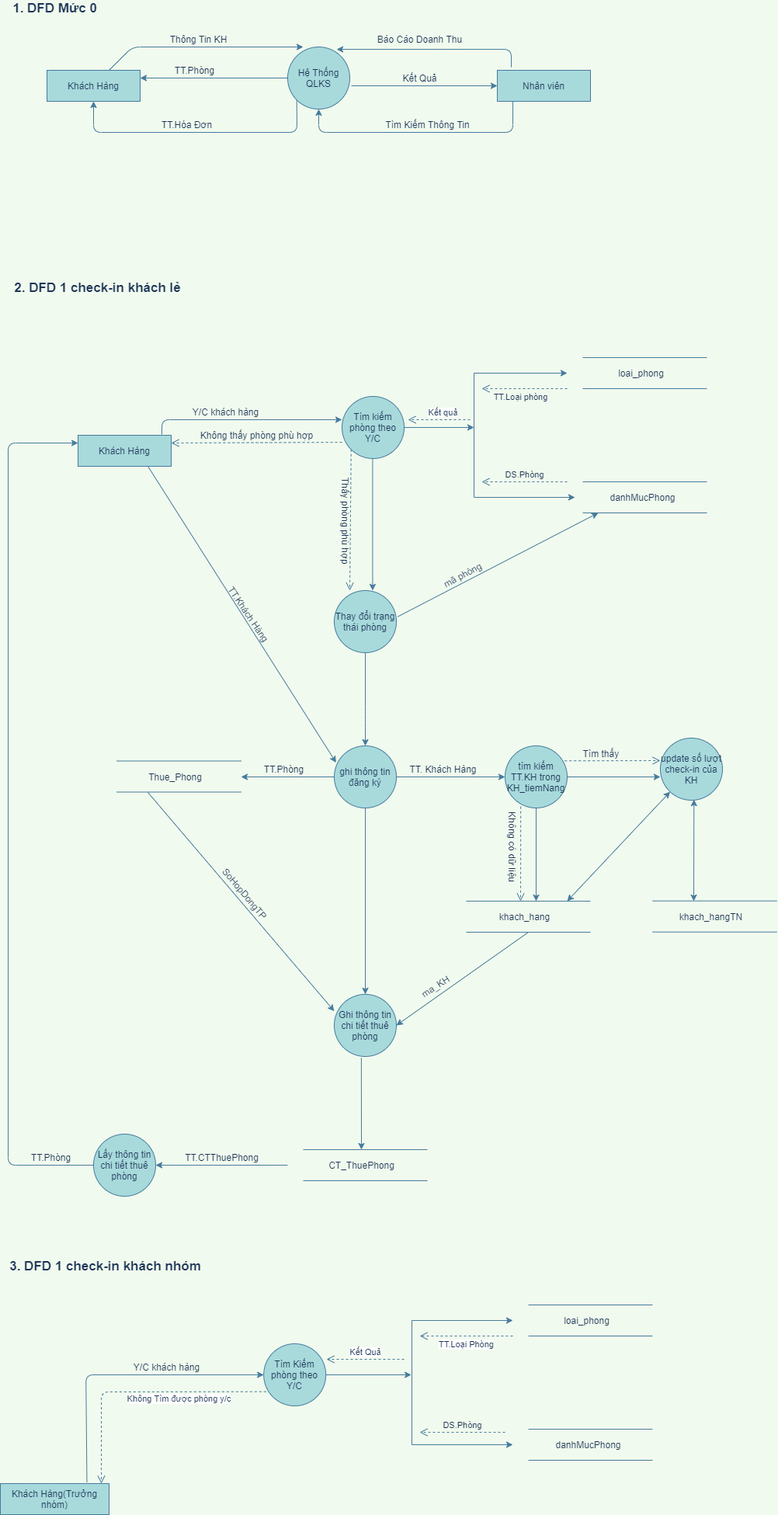
Above: DFD-hotel.png in maialino123/QLKS (draw.io), before the change. Source tidied: cells renumbered, new cells last; positions are measured from the earlier drawing's top-left corner, leaving out a move shared by most shapes.
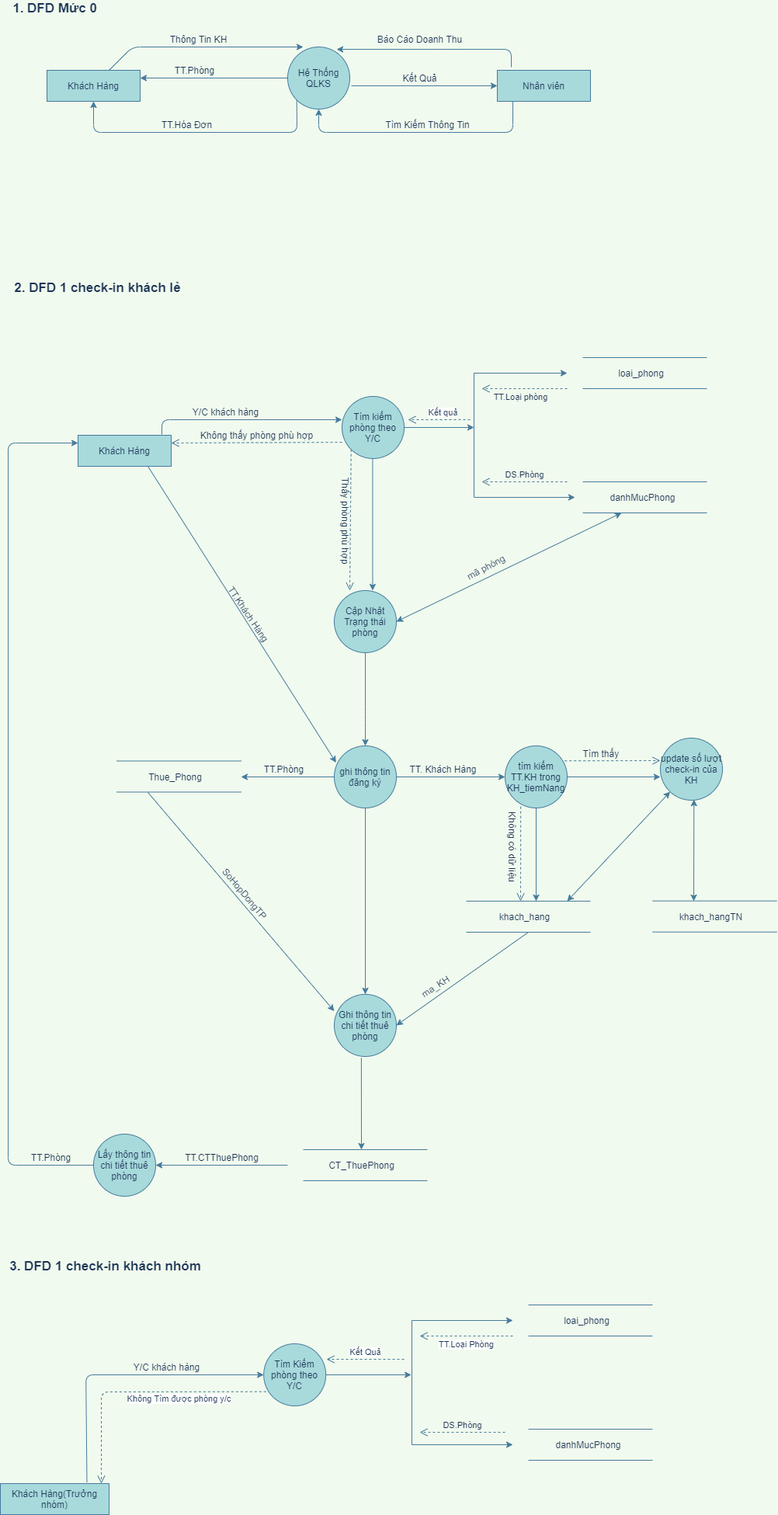
After the commit.

Diff of the diagram source:
```diff
@@ -171,16 +171,11 @@
     <mxCell id="38" value="Thấy phòng phù hợp" style="text;html=1;align=center;verticalAlign=middle;rotation=90;fontColor=#1D3557;" parent="1" vertex="1">
       <mxGeometry x="380" y="660" width="130" height="20" as="geometry" />
     </mxCell>
-    <mxCell id="39" value="Thay đổi trạng thái phòng" style="ellipse;whiteSpace=wrap;html=1;fillColor=#A8DADC;strokeColor=#457B9D;fontColor=#1D3557;" parent="1" vertex="1">
+    <mxCell id="39" value="Cập Nhật Trạng thái phòng" style="ellipse;whiteSpace=wrap;html=1;fillColor=#A8DADC;strokeColor=#457B9D;fontColor=#1D3557;" parent="1" vertex="1">
       <mxGeometry x="430" y="760" width="80" height="80" as="geometry" />
     </mxCell>
-    <mxCell id="40" style="endArrow=classic;html=1;exitX=1.023;exitY=0.42;exitDx=0;exitDy=0;exitPerimeter=0;labelBackgroundColor=#F1FAEE;strokeColor=#457B9D;fontColor=#1D3557;" parent="1" edge="1" source="39">
-      <mxGeometry relative="1" as="geometry">
-        <mxPoint x="770" y="660" as="targetPoint" />
-      </mxGeometry>
-    </mxCell>
     <mxCell id="41" value="mã phòng" style="text;html=1;align=center;verticalAlign=middle;rotation=332;fontColor=#1D3557;" parent="1" vertex="1">
-      <mxGeometry x="560" y="730" width="70" height="20" as="geometry" />
+      <mxGeometry x="590" y="720" width="70" height="20" as="geometry" />
     </mxCell>
     <mxCell id="42" style="endArrow=classic;html=1;exitX=0.5;exitY=1;exitDx=0;exitDy=0;labelBackgroundColor=#F1FAEE;strokeColor=#457B9D;fontColor=#1D3557;" parent="1" edge="1" source="39">
       <mxGeometry relative="1" as="geometry">
@@ -479,5 +474,10 @@
         </Array>
       </mxGeometry>
     </mxCell>
+    <mxCell id="105" style="endArrow=classic;startArrow=classic;html=1;strokeColor=#457B9D;fillColor=#A8DADC;fontColor=#1D3557;exitX=1;exitY=0.5;exitDx=0;exitDy=0;" parent="1" edge="1" source="39">
+      <mxGeometry relative="1" as="geometry">
+        <mxPoint x="800" y="660" as="targetPoint" />
+      </mxGeometry>
+    </mxCell>
   </root>
 </mxGraphModel>
```
